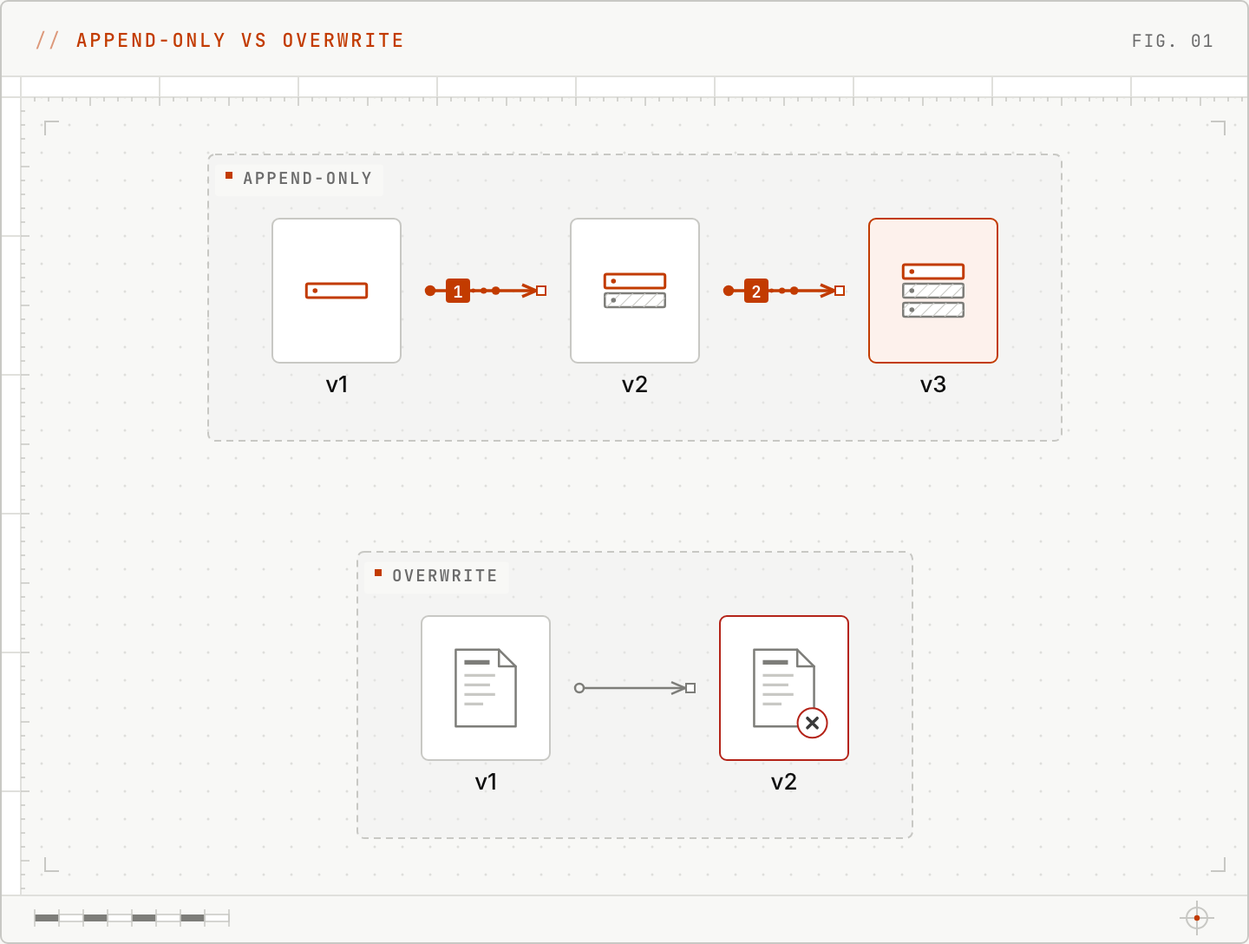
This is static/images/diagrams/memory-versioning/append-vs-overwrite.light.png from ninadpathak/ninadpathak, a Mermaid export, as it was before one commit. Its source is kept beside it as content/diagrams/memory-versioning/append-vs-overwrite.mmd. Its diagram source:
```mermaid
flowchart TB
  subgraph append [Append-only]
    direction LR
    v1["v1"]
    v2["v2"]
    v3["v3"]:::focal
    v1 --> v2 --> v3
  end
  subgraph overwrite [Overwrite]
    direction LR
    old["v1"]
    gone["v2"]:::fail
    old --> gone
  end
  append ~~~ overwrite
```
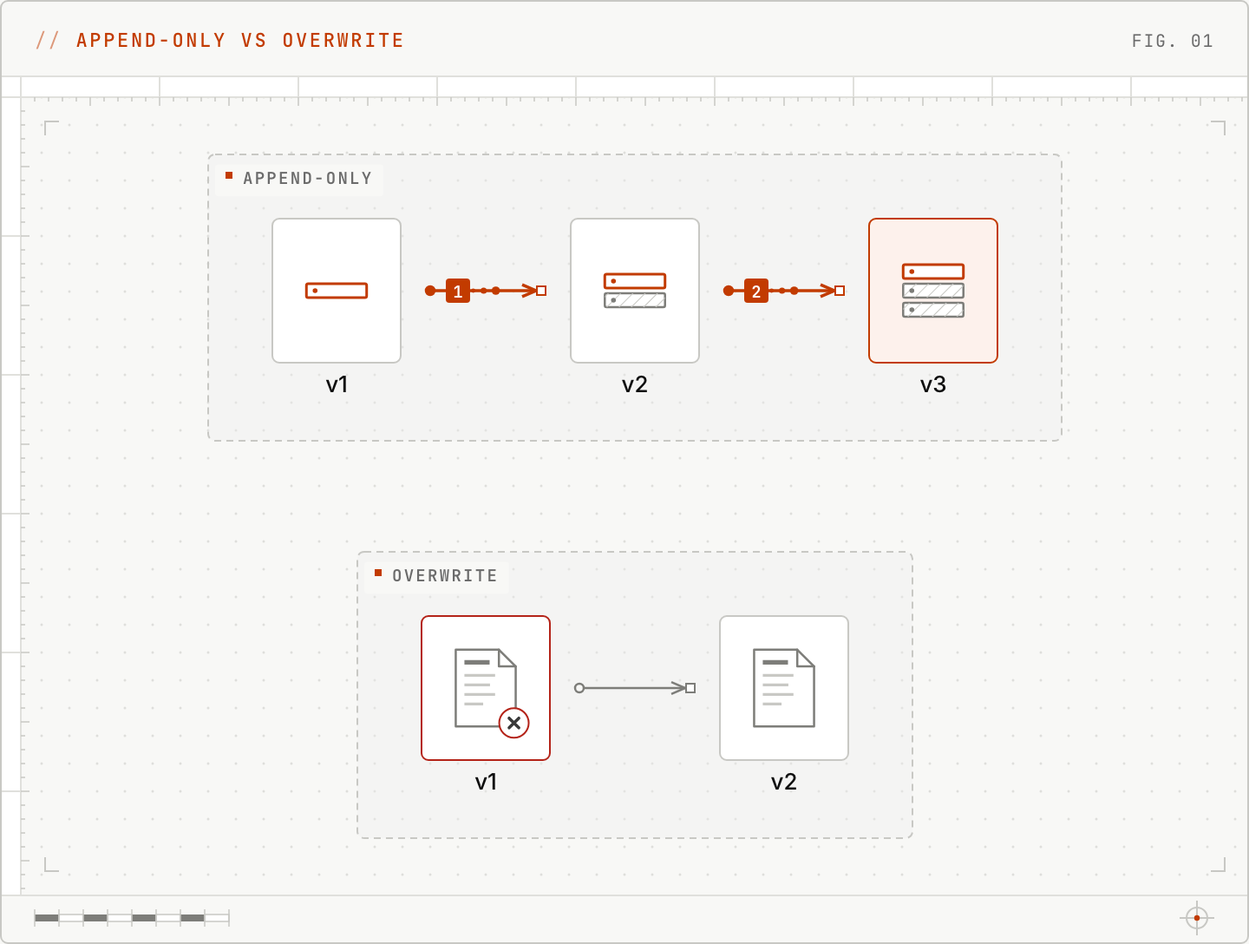
The same file after the commit.

Diff of the diagram source:
```diff
@@ -8,8 +8,8 @@
   end
   subgraph overwrite [Overwrite]
     direction LR
-    old["v1"]
-    gone["v2"]:::fail
+    old["v1"]:::fail
+    gone["v2"]
     old --> gone
   end
   append ~~~ overwrite
```
